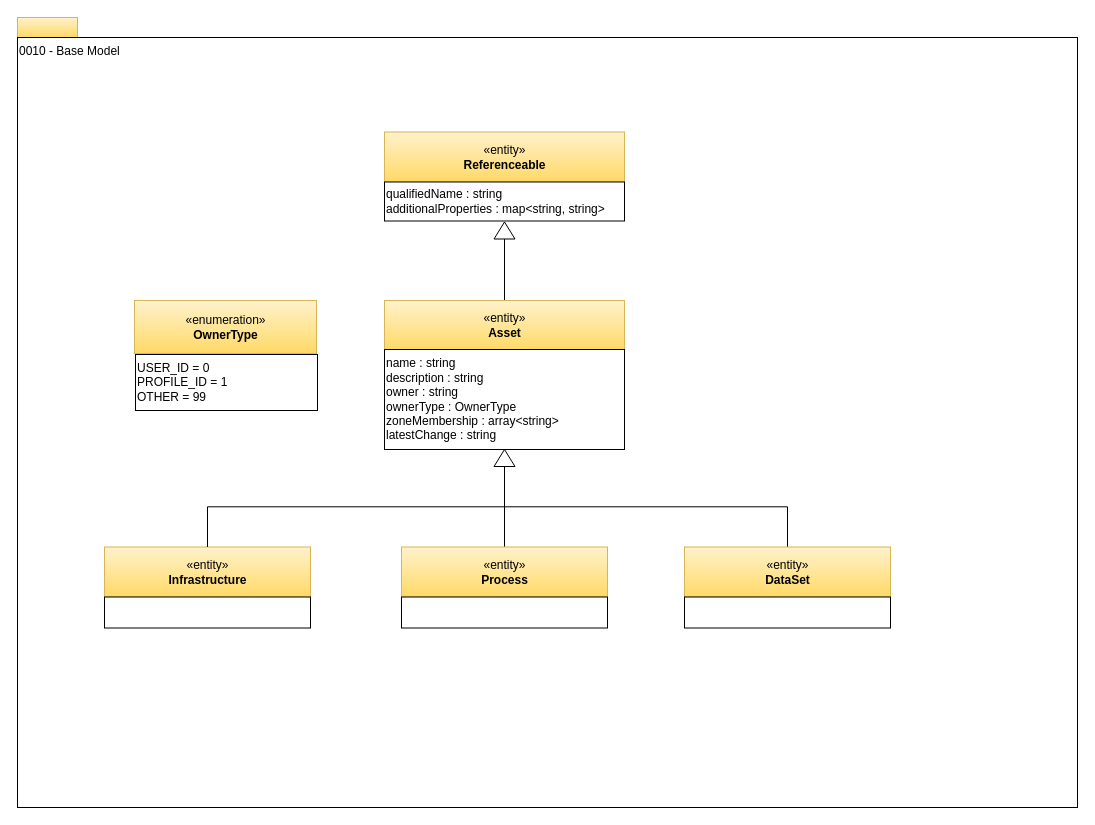
Earlier version of the draw.io diagram page "0010-Base-Model" (2 of 16) of open-metadata-publication/website/open-metadata-types/area-0-basic-types-and-infrastructure.drawio (planetf1/egeria). Source tidied: cells renumbered, new cells numbered last; positions are measured from the earlier drawing's top-left corner, leaving out a move shared by most shapes. Both pictures are drawn from the tidied source at 100%, with x=0, y=0 at pixel (17, 17).
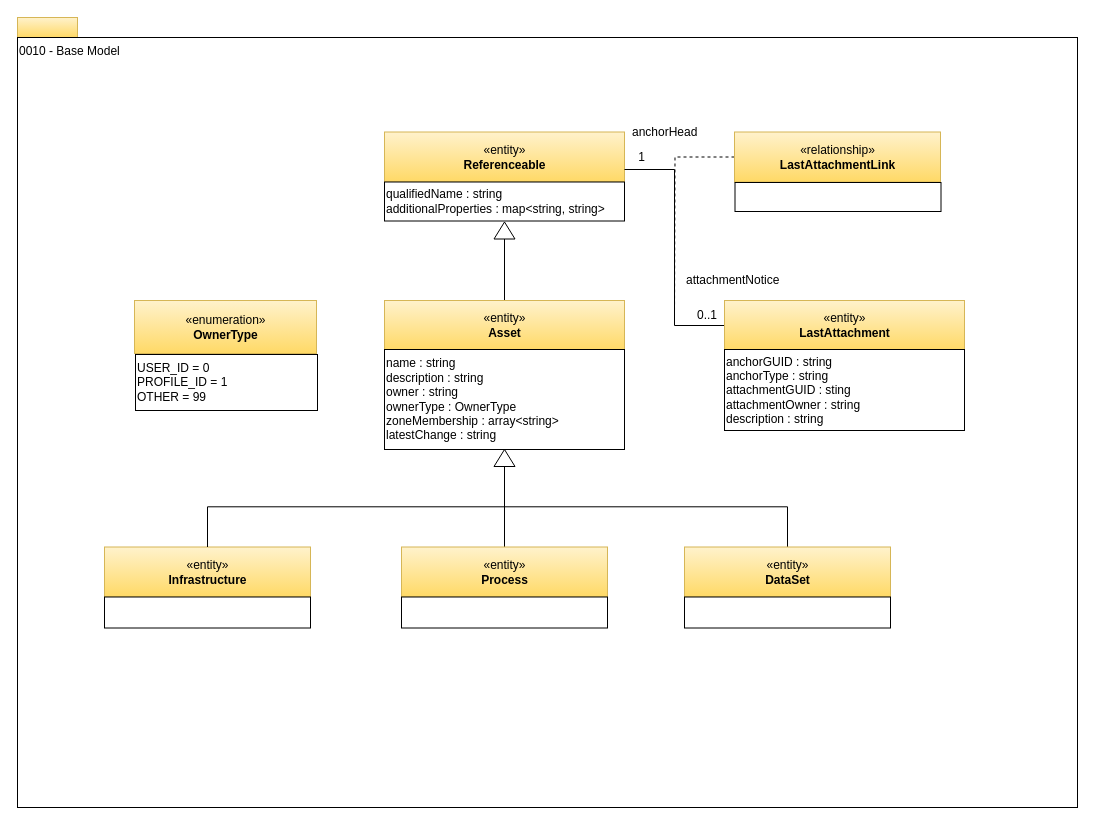
After the change.

Unchanged cells that the change refers to:
```xml
<mxCell id="4" value="«entity»&lt;br&gt;&lt;b&gt;Referenceable&lt;/b&gt;" style="html=1;strokeColor=#d6b656;align=center;fillColor=#fff2cc;gradientColor=#ffd966;" parent="1" vertex="1">
  <mxGeometry x="367" y="114.5" width="240" height="50" as="geometry" />
</mxCell>
```

What changed in the source:
```diff
@@
+    <mxCell id="22" style="edgeStyle=orthogonalEdgeStyle;rounded=0;jettySize=auto;html=1;exitX=1;exitY=0.75;exitDx=0;exitDy=0;entryX=0;entryY=0.5;entryDx=0;entryDy=0;endArrow=none;endFill=0;" parent="1" edge="1" source="4" target="23">
+      <mxGeometry relative="1" as="geometry" />
+    </mxCell>
@@
+    <mxCell id="23" value="«entity»&lt;br&gt;&lt;b&gt;LastAttachment&lt;/b&gt;" style="html=1;strokeColor=#d6b656;align=center;fillColor=#fff2cc;gradientColor=#ffd966;" parent="1" vertex="1">
+      <mxGeometry x="707" y="283" width="240" height="50" as="geometry" />
+    </mxCell>
+    <mxCell id="24" value="anchorGUID : string&lt;br&gt;anchorType : string&lt;br&gt;attachmentGUID : sting&lt;br&gt;attachmentOwner : string&lt;br&gt;description : string&lt;br&gt;&lt;div style=&quot;text-align: left&quot;&gt;&lt;/div&gt;" style="rounded=0;whiteSpace=wrap;html=1;strokeColor=#000000;gradientColor=#ffffff;align=left;" parent="1" vertex="1">
+      <mxGeometry x="707" y="332" width="240" height="81" as="geometry" />
+    </mxCell>
+    <mxCell id="25" style="edgeStyle=orthogonalEdgeStyle;rounded=0;html=1;exitX=0;exitY=0.5;endArrow=none;endFill=0;jettySize=auto;dashed=1;" parent="1" edge="1" source="26">
+      <mxGeometry relative="1" as="geometry">
+        <mxPoint x="657" y="303" as="targetPoint" />
+      </mxGeometry>
+    </mxCell>
+    <mxCell id="26" value="«relationship»&lt;br&gt;&lt;b&gt;LastAttachmentLink&lt;/b&gt;" style="html=1;strokeColor=#d6b656;align=center;fillColor=#fff2cc;gradientColor=#ffd966;" parent="1" vertex="1">
+      <mxGeometry x="717" y="114.5" width="206" height="50" as="geometry" />
+    </mxCell>
+    <mxCell id="27" style="rounded=0;whiteSpace=wrap;html=1;strokeColor=#000000;gradientColor=#ffffff;align=left;" parent="1" vertex="1">
+      <mxGeometry x="717.5" y="165" width="206" height="29" as="geometry" />
+    </mxCell>
+    <mxCell id="28" value="0..1" style="text;html=1;align=left;verticalAlign=top;spacingTop=-4;" parent="1" vertex="1">
+      <mxGeometry x="677.5" y="288" width="40" height="20" as="geometry" />
+    </mxCell>
+    <mxCell id="29" value="1" style="text;html=1;align=center;verticalAlign=top;spacingTop=-4;" parent="1" vertex="1">
+      <mxGeometry x="614" y="129.5" width="20" height="20" as="geometry" />
+    </mxCell>
+    <mxCell id="30" value="anchorHead" style="text;html=1;align=left;verticalAlign=top;spacingTop=-4;" parent="1" vertex="1">
+      <mxGeometry x="612.5" y="104.5" width="80" height="20" as="geometry" />
+    </mxCell>
+    <mxCell id="31" value="attachmentNotice" style="text;html=1;align=left;verticalAlign=top;spacingTop=-4;" parent="1" vertex="1">
+      <mxGeometry x="667" y="253" width="110" height="20" as="geometry" />
+    </mxCell>
```
